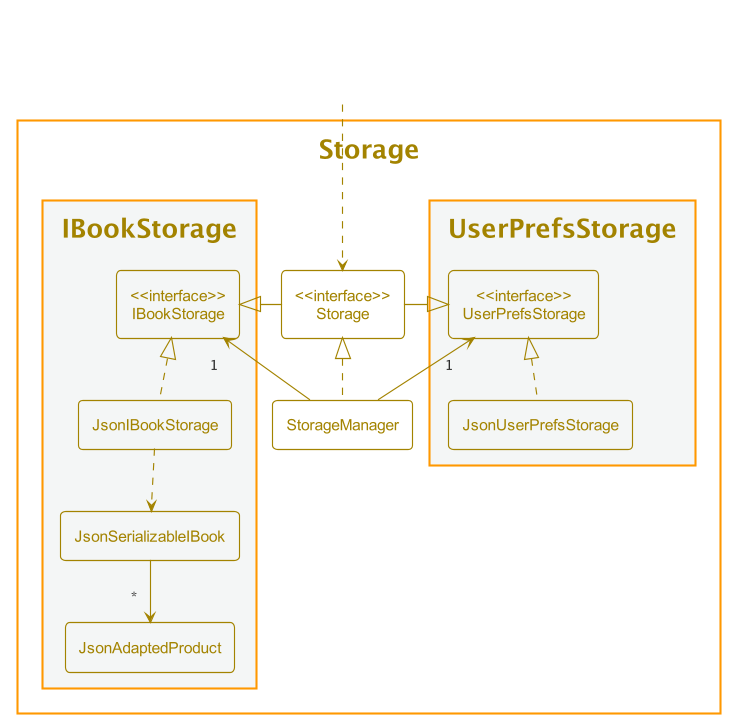
Earlier version of the PlantUML export docs/images/StorageClassDiagram.png (nus-cs2103-AY2122S2/tp).
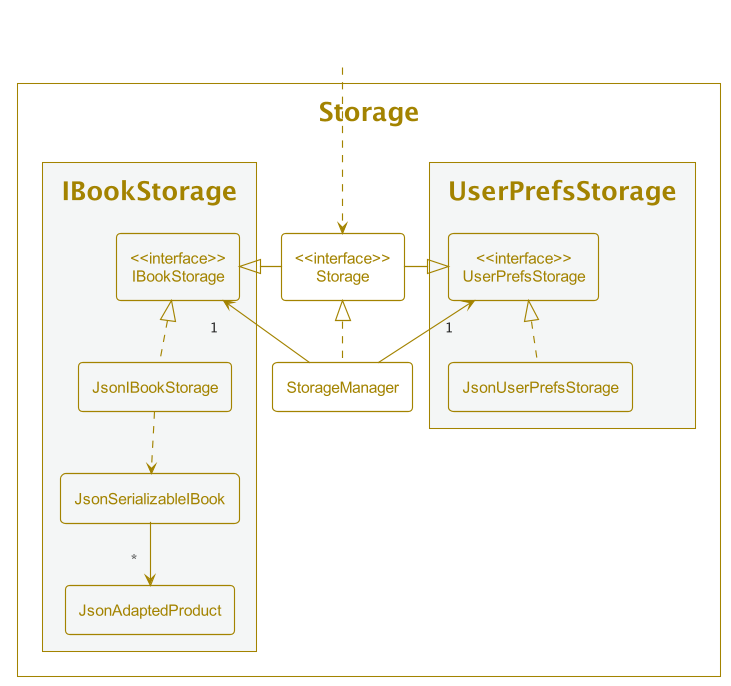
The same diagram one commit later.

Diff of the diagram source:
```diff
@@ -1,23 +1,23 @@
 @startuml
-!include style.puml
+!include Style.puml
 
 $OverrideTheme(STORAGE_COLOR)
 
-package Storage {
+package Storage as StoragePackage<<Store>> {
 
-    class "<<interface>>\nStorage" as Storage
-    class StorageManager
+    class "<<interface>>\nStorage" as Storage<<Storage>>
+    class StorageManager<<Storage>>
 
-    package "UserPrefsStorage" #F4F6F6{
-        class "<<interface>>\nUserPrefsStorage" as UserPrefsStorage
-        class JsonUserPrefsStorage
+    package "UserPrefsStorage" as UserPrefsStorage<<Store>> #F4F6F6{
+        class "<<interface>>\nUserPrefsStorage" as UserPrefsStorage<<Storage>>
+        class JsonUserPrefsStorage<<Storage>>
     }
 
-    package "IBookStorage" #F4F6F6{
-        class "<<interface>>\nIBookStorage" as IBookStorage
-        class JsonIBookStorage
-        class JsonSerializableIBook
-        class JsonAdaptedProduct
+    package "IBookStorage" as IBookStorage<<Store>> #F4F6F6{
+        class "<<interface>>\nIBookStorage" as IBookStorage<<Storage>>
+        class JsonIBookStorage<<Storage>>
+        class JsonSerializableIBook<<Storage>>
+        class JsonAdaptedProduct<<Storage>>
     }
 
 }
```
